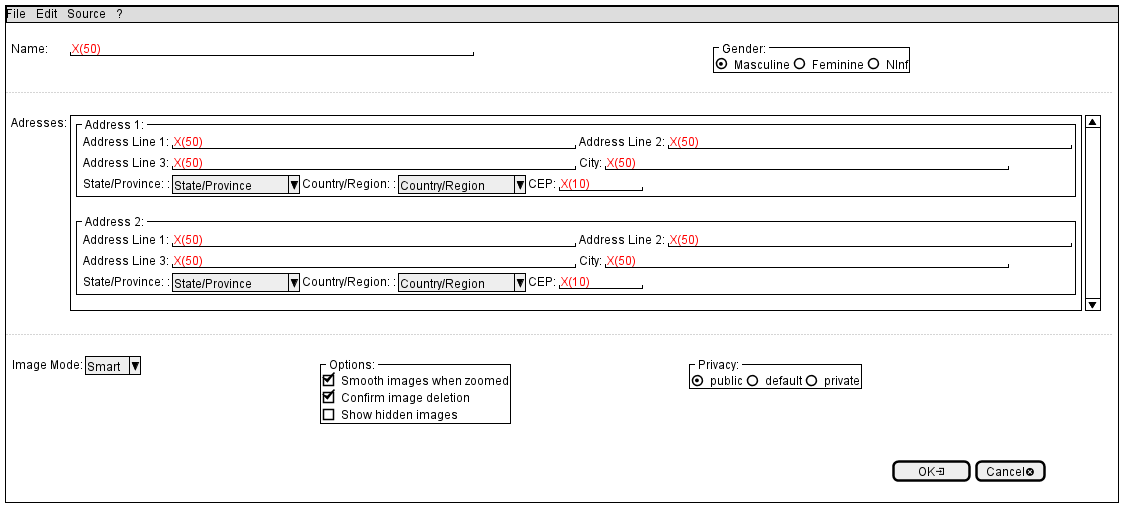
GiovaniPM/DMNTests keeps this PlantUML diagram as StoryTellering/Tela01.png. Above is the earlier version. Its diagram source:
```plantuml
@startsalt
skinparam BackgroundColor white
skinparam FrameFontName Courrier

!$showspace = 0
!$menu = 0
!$addresstype = 1
!$addreslayout = 1

scale 1

!procedure Menu()
    !if ($menu == 1)
        {* File | Edit | Source | ?
        File | New | Open File | - | Close | Close All | - | Exit}
    !elseif ($menu == 2)
        {* File | Edit | Source | ?
        Edit | Copy | Paste | - | Delete}
    !elseif ($menu == 3)
        {* File | Edit | Source | ?
        Source | Find ...}
    !elseif ($menu == 4)
        {* File | Edit | Source | ?
        ? | About}
    !else
        {* File | Edit | Source | ?}
    !endif
!endprocedure

!procedure DialogGender()
    {^" Gender: " |
        (X) Masculine |
        () Feminine |
        () NInf
    }
!endprocedure

!procedure DialogPrivacy()
    {^" Privacy: " |
        (X) public |
        () default |
        () private
    }
!endprocedure

!procedure DialogState()
    {S
        Acre
        Amapa
        Amazonas
    }
!endprocedure

!procedure DialogCountry()
    {S
        Brasil
        China
        Estados Unidos
    }
!endprocedure

!procedure DialogOptions()
    {^" Options: "
        [X] Smooth images when zoomed
        [X] Confirm image deletion
        [ ] Show hidden images
    }
!endprocedure

!procedure DialogRead($text,$mask,$value)
    !$mask = $mask + "(" + $value + ")"
    $text|"<color:red>Lpad($mask,$value," ")"
!endprocedure

!procedure DialogDropBox($text,$value)
    $text:|^$value^
!endprocedure

!function Lpad($text,$value,$string)
    !local $loop = $value / %strlen($string)
    !while $loop > 0
        !$text = $text + $string
        !$loop = $loop - 1
    !endwhile
    !return %substr($text,0,$value)
!endfunction

!function Rpad($text,$value,$string)
    !local $loop = $value / %strlen($string)
    !while $loop > 0
        !$text = $string + $text
        !$loop = $loop - 1
    !endwhile
    !return %substr($text,$begin,$value)
!endfunction

!procedure Spaces($value)
    !if ($showspace == 1)
        <color:gainsboro>Lpad("X",$value,"X")
    !else
        <color:white>Lpad("X",$value,"X")
    !endif
!endprocedure

!procedure DialogAddress1($text)
    {^" $text: "
        |.|{DialogRead("Address Line 1: ","X",50)|
            |DialogRead("Address Line 2: ","X",50)}
        |.|{DialogRead("Address Line 3: ","X",50)|
            |DialogRead("City: ","X",50)}
        |.|{DialogDropBox("State/Province: ","State/Province")|
            |DialogDropBox("Country/Region: ","Country/Region")|
            |DialogRead("CEP: ","X",10)}
    }
!endprocedure

!procedure DialogAddress2($text)
    {^" $text: "
        |.|DialogRead("Address Line 1: ","X",50)
        |.|DialogRead("Address Line 2: ","X",50)
        |.|DialogRead("Address Line 3: ","X",50)
        |.|{DialogRead("City: ","X",50)|
            |DialogDropBox("State/Province: ","State/Province")|
            |.}|*
        |.|{DialogRead("CEP: ","X",10)|
            |DialogDropBox("Country/Region: ","Country/Region")|
            |.}|*
    }
!endprocedure

!procedure DialogAddress3($text)
    {^" $text: "
        |.|DialogRead("Address Line 1: ","X",50)
        |.|DialogRead("Address Line 2: ","X",50)
        |.|DialogRead("Address Line 3: ","X",50)
        |.|DialogRead("City: ","X",50)
        |.|DialogDropBox("State/Province: ","State/Province")
        |.|DialogRead("CEP: ","X",10)
        |.|DialogDropBox("Country/Region: ","Country/Region")
    }
!endprocedure

!procedure DialogAddress($text)
    !if ($addreslayout == 1)
        DialogAddress1($text)
    !elseif ($addreslayout == 2)
        DialogAddress2($text)
    !else
        DialogAddress3($text)
    !endif
!endprocedure

!procedure ListAddress()
    !if ($addresstype == 1)
        |Adresses:|{
            |{SI
                |.|
                DialogAddress("Address 1")|.
                |.|
                DialogAddress("Address 2")|.}}
    !elseif ($addresstype == 2)
        {
            |.
            |.|DialogAddress("Address 1")|*|*|*|*|*
            |.
            |.|DialogAddress("Address 2")|*|*|*|*|*}
    !else
        {
            |.
            |.|DialogAddress("Address 1")|*|*|*|*|*}
    !endif
!endprocedure

!procedure Rule($value)
    !local $loop = $value
    !local $index = 1
    !while $loop > 0
        !if ($index == 10)
            !$index = 0
        !endif
        !if ($loop == 1)
            |$index
        !else
            |$index|
        !endif
        !$index = $index + 1
        !$loop = $loop - 1
    !endwhile
!endprocedure

{+
    |Menu()|*|*|*|*|*|*|*|*
    |.
    |.|DialogRead("Name: ","X",50)|
        |.|.|Spaces(32)|
        |DialogGender()|*
    ..|*|*|*|*|*|*|*
    |.
    |.|ListAddress()|*|*|*|*|*
    |.
    ..|*|*|*|*|*|*|*
    |.
    |.|{DialogDropBox("Image Mode","Smart")|
        |Spaces(25)|
        |DialogOptions()|
        |Spaces(25)|
        |DialogPrivacy()}|*|*|*|*|*|*|.
    |.
    |.|.|.|.|.|.|Spaces(25)|{[  OK<&account-login>   ]|[Cancel<&circle-x>]}|.
    |.
}
@endsalt
```
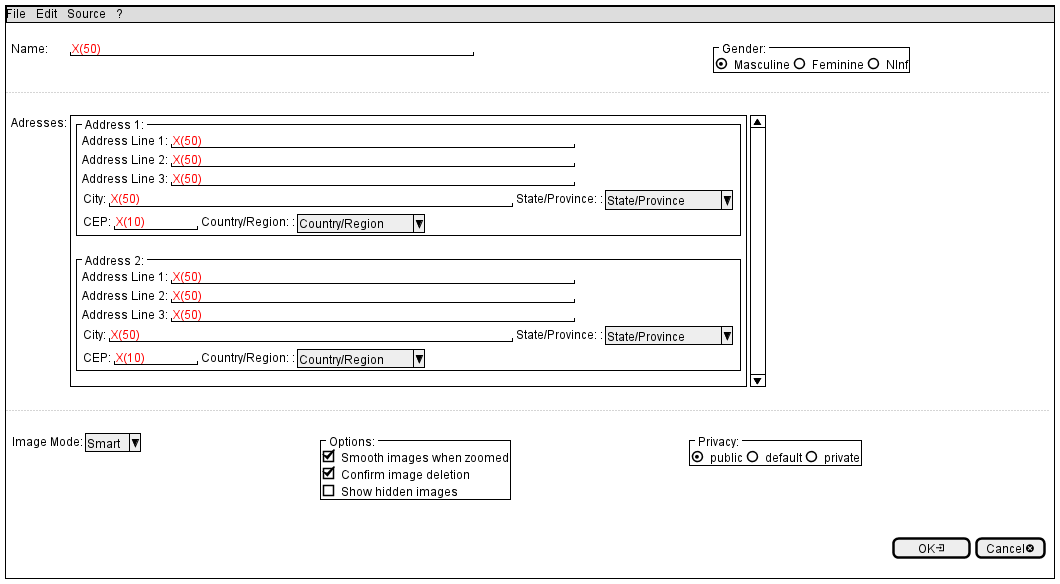
Later version of the same file.

Commit message:
giova(DESKTOP-PG18CKU) 210214180313

Change to the diagram source:
```diff
@@ -1,11 +1,10 @@
 @startsalt
 skinparam BackgroundColor white
-skinparam FrameFontName Courrier
 
 !$showspace = 0
 !$menu = 0
 !$addresstype = 1
-!$addreslayout = 1
+!$addreslayout = 2
 
 scale 1
 
@@ -171,7 +170,7 @@
     !endif
 !endprocedure
 
-!procedure Rule($value)
+!procedure GridRule($value)
     !local $loop = $value
     !local $index = 1
     !while $loop > 0
@@ -186,6 +185,31 @@
         !$index = $index + 1
         !$loop = $loop - 1
     !endwhile
+!endprocedure
+
+!procedure Rule($value)
+    !local $loop = $value
+    !local $index = 1
+    !local $decimal = 0
+    !local $rule1 = ""
+    !local $rule2 = ""
+    !while $loop > 0
+        !if ($index == 10)
+            !$index = 0
+            !$decimal = $decimal + 1
+            !if ($decimal == 10)
+                !$decimal = 0
+            !endif
+            !$rule1 = $rule1 + $decimal
+        !else
+            !$rule1 = $rule1 + ""
+        !endif
+        !$rule2 = $rule2 + $index
+        !$index = $index + 1
+        !$loop = $loop - 1
+    !endwhile
+    {$rule1
+        $rule2}
 !endprocedure
 
 {+
```
